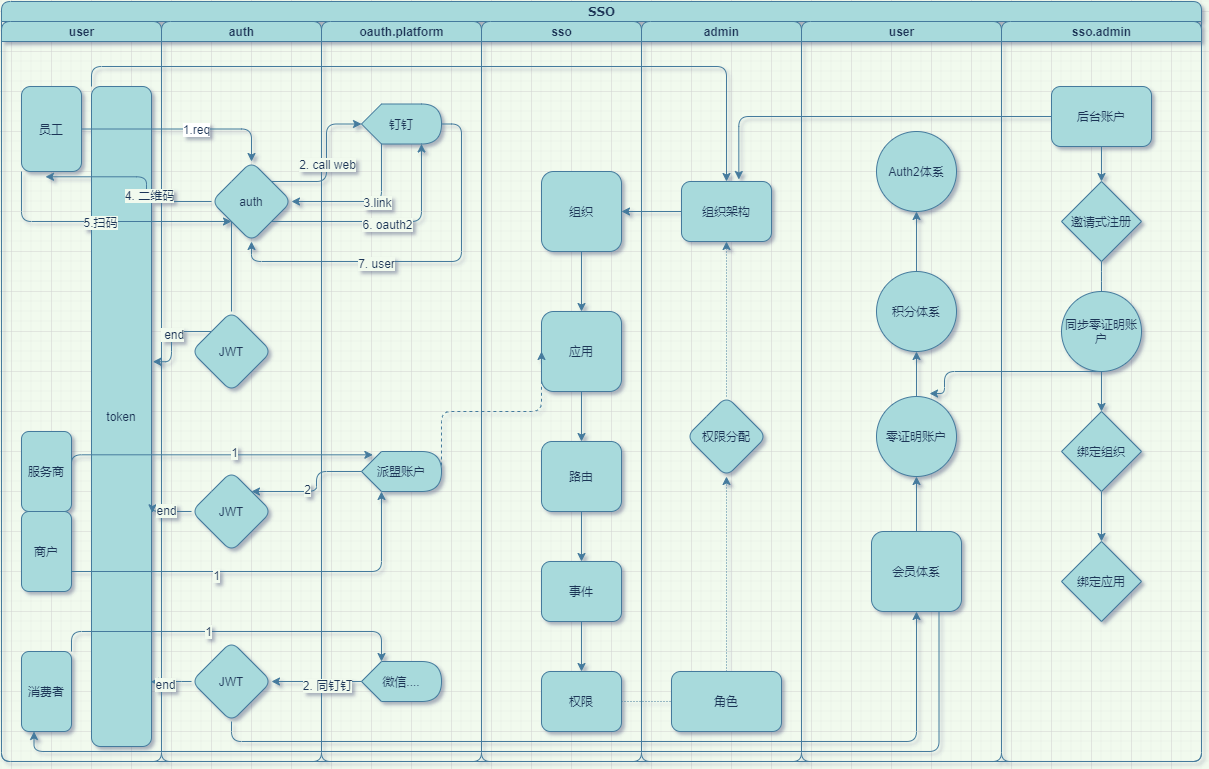
This is 6-Page-1.drawio.png from i86x/meta, a draw.io export, as it was before one commit. Source tidied: cells renumbered, new cells last; positions are measured from the earlier drawing's top-left corner, leaving out a move shared by most shapes.
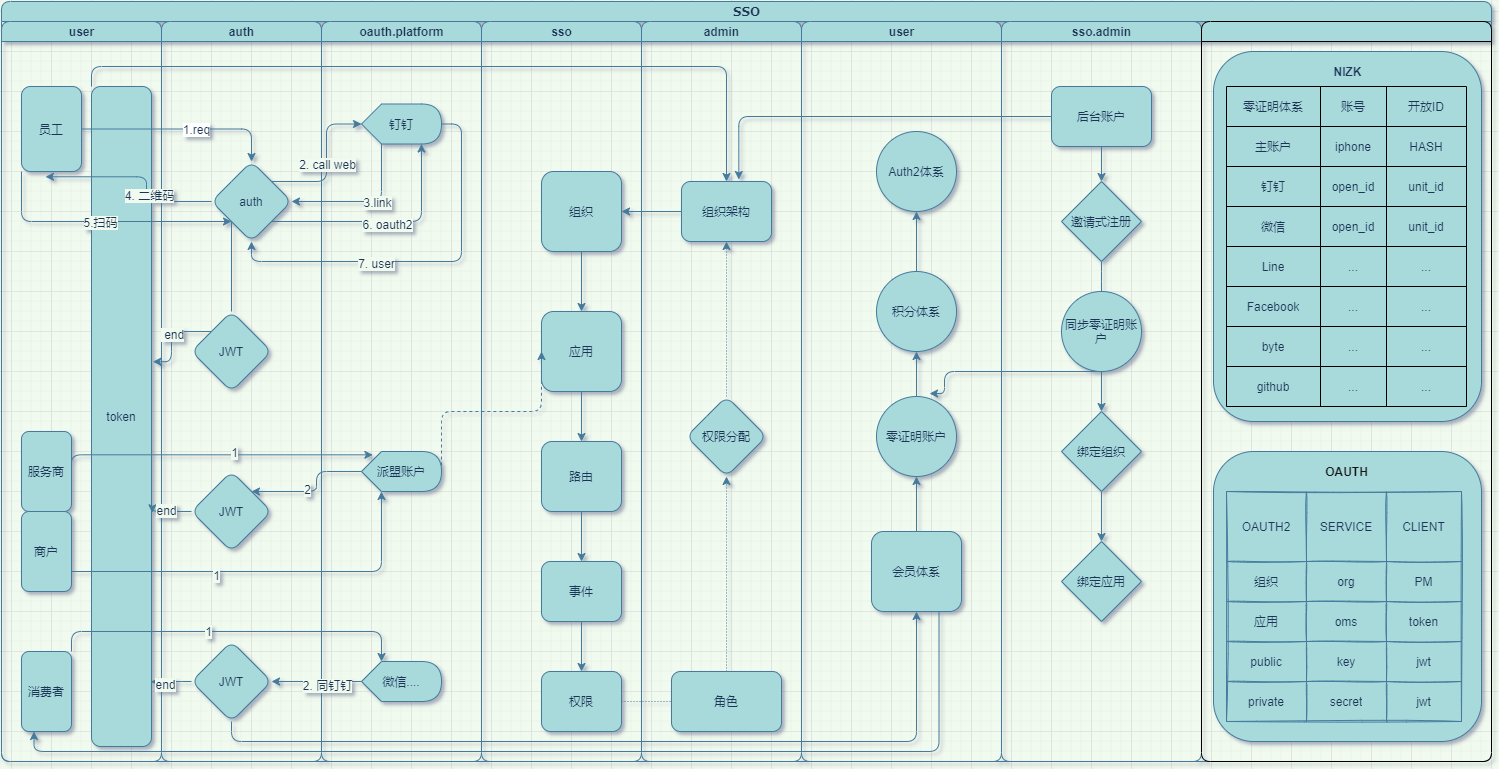
The same file after the commit.

What changed in the source:
```diff
@@ -3,7 +3,7 @@
     <mxCell id="0" />
     <mxCell id="1" parent="0" />
     <mxCell id="2" value="SSO" style="swimlane;html=1;startSize=20;rounded=1;shadow=0;labelBackgroundColor=none;strokeWidth=1;fontFamily=Verdana;fontSize=8;align=center;fillColor=#A8DADC;strokeColor=#457B9D;fontColor=#1D3557;" parent="1" vertex="1">
-      <mxGeometry width="1200" height="760" as="geometry" />
+      <mxGeometry width="1490" height="760" as="geometry" />
     </mxCell>
     <mxCell id="3" value="user" style="swimlane;html=1;startSize=20;rounded=1;fillColor=#A8DADC;strokeColor=#457B9D;fontColor=#1D3557;" parent="2" vertex="1">
       <mxGeometry y="20" width="160" height="740" as="geometry" />
@@ -249,6 +249,183 @@
     <mxCell id="82" style="edgeStyle=orthogonalEdgeStyle;curved=0;rounded=1;sketch=0;jettySize=auto;html=1;exitX=0;exitY=0.5;exitDx=0;exitDy=0;entryX=0.637;entryY=-0.033;entryDx=0;entryDy=0;entryPerimeter=0;fontColor=#1D3557;strokeColor=#457B9D;fillColor=#A8DADC;" parent="2" edge="1" source="76" target="28">
       <mxGeometry relative="1" as="geometry" />
     </mxCell>
+    <mxCell id="93" style="swimlane;html=1;startSize=20;rounded=1;fillColor=#A8DADC;" parent="2" vertex="1">
+      <mxGeometry x="1200" y="20" width="290" height="740" as="geometry" />
+    </mxCell>
+    <mxCell id="94" style="rounded=1;whiteSpace=wrap;html=1;shadow=0;sketch=0;fontColor=#1D3557;strokeColor=#457B9D;fillColor=#A8DADC;" parent="93" vertex="1">
+      <mxGeometry x="12" y="430" width="268" height="290" as="geometry" />
+    </mxCell>
+    <mxCell id="95" style="rounded=1;whiteSpace=wrap;html=1;shadow=0;sketch=0;fontColor=#1D3557;strokeColor=#457B9D;fillColor=#A8DADC;" parent="93" vertex="1">
+      <mxGeometry x="12" y="30" width="268" height="370" as="geometry" />
+    </mxCell>
+    <mxCell id="96" style="shape=table;startSize=0;rounded=0;sketch=0;shadow=0;swimlaneLine=0;fillColor=#A8DADC;" parent="93" vertex="1">
+      <mxGeometry x="25" y="65" width="240" height="320" as="geometry" />
+    </mxCell>
+    <mxCell id="97" style="shape=tableRow;horizontal=0;startSize=0;swimlaneHead=0;swimlaneBody=0;top=0;left=0;bottom=0;right=0;fillColor=none;rounded=0;sketch=0;fontColor=#1D3557;strokeColor=#457B9D;" parent="96" vertex="1">
+      <mxGeometry width="240" height="40" as="geometry" />
+    </mxCell>
+    <mxCell id="98" value="零证明体系" style="shape=partialRectangle;html=1;whiteSpace=wrap;overflow=hidden;fillColor=none;top=0;left=0;bottom=0;right=0;rounded=0;sketch=0;fontColor=#1D3557;strokeColor=#457B9D;" parent="97" vertex="1">
+      <mxGeometry width="94" height="40" as="geometry" />
+    </mxCell>
+    <mxCell id="99" value="账号" style="shape=partialRectangle;html=1;whiteSpace=wrap;overflow=hidden;fillColor=none;top=0;left=0;bottom=0;right=0;rounded=0;sketch=0;fontColor=#1D3557;strokeColor=#457B9D;" parent="97" vertex="1">
+      <mxGeometry x="94" width="66" height="40" as="geometry" />
+    </mxCell>
+    <mxCell id="100" value="开放ID" style="shape=partialRectangle;html=1;whiteSpace=wrap;overflow=hidden;fillColor=none;top=0;left=0;bottom=0;right=0;rounded=0;sketch=0;fontColor=#1D3557;strokeColor=#457B9D;" parent="97" vertex="1">
+      <mxGeometry x="160" width="80" height="40" as="geometry" />
+    </mxCell>
+    <mxCell id="101" style="shape=tableRow;horizontal=0;startSize=0;swimlaneHead=0;swimlaneBody=0;top=0;left=0;bottom=0;right=0;fillColor=none;rounded=0;sketch=0;fontColor=#1D3557;strokeColor=#457B9D;" parent="96" vertex="1">
+      <mxGeometry y="40" width="240" height="40" as="geometry" />
+    </mxCell>
+    <mxCell id="102" value="主账户" style="shape=partialRectangle;html=1;whiteSpace=wrap;overflow=hidden;fillColor=none;top=0;left=0;bottom=0;right=0;rounded=0;sketch=0;fontColor=#1D3557;strokeColor=#457B9D;" parent="101" vertex="1">
+      <mxGeometry width="94" height="40" as="geometry" />
+    </mxCell>
+    <mxCell id="103" value="iphone" style="shape=partialRectangle;html=1;whiteSpace=wrap;overflow=hidden;fillColor=none;top=0;left=0;bottom=0;right=0;rounded=0;sketch=0;fontColor=#1D3557;strokeColor=#457B9D;" parent="101" vertex="1">
+      <mxGeometry x="94" width="66" height="40" as="geometry" />
+    </mxCell>
+    <mxCell id="104" value="HASH" style="shape=partialRectangle;html=1;whiteSpace=wrap;overflow=hidden;fillColor=none;top=0;left=0;bottom=0;right=0;rounded=0;sketch=0;fontColor=#1D3557;strokeColor=#457B9D;" parent="101" vertex="1">
+      <mxGeometry x="160" width="80" height="40" as="geometry" />
+    </mxCell>
+    <mxCell id="105" style="shape=tableRow;horizontal=0;startSize=0;swimlaneHead=0;swimlaneBody=0;top=0;left=0;bottom=0;right=0;fillColor=none;rounded=0;sketch=0;fontColor=#1D3557;strokeColor=#457B9D;" parent="96" vertex="1">
+      <mxGeometry y="80" width="240" height="40" as="geometry" />
+    </mxCell>
+    <mxCell id="106" value="钉钉" style="shape=partialRectangle;html=1;whiteSpace=wrap;overflow=hidden;fillColor=none;top=0;left=0;bottom=0;right=0;rounded=0;sketch=0;fontColor=#1D3557;strokeColor=#457B9D;" parent="105" vertex="1">
+      <mxGeometry width="94" height="40" as="geometry" />
+    </mxCell>
+    <mxCell id="107" value="open_id" style="shape=partialRectangle;html=1;whiteSpace=wrap;overflow=hidden;fillColor=none;top=0;left=0;bottom=0;right=0;rounded=0;sketch=0;fontColor=#1D3557;strokeColor=#457B9D;" parent="105" vertex="1">
+      <mxGeometry x="94" width="66" height="40" as="geometry" />
+    </mxCell>
+    <mxCell id="108" value="unit_id" style="shape=partialRectangle;html=1;whiteSpace=wrap;overflow=hidden;fillColor=none;top=0;left=0;bottom=0;right=0;rounded=0;sketch=0;fontColor=#1D3557;strokeColor=#457B9D;" parent="105" vertex="1">
+      <mxGeometry x="160" width="80" height="40" as="geometry" />
+    </mxCell>
+    <mxCell id="109" style="shape=tableRow;horizontal=0;startSize=0;swimlaneHead=0;swimlaneBody=0;top=0;left=0;bottom=0;right=0;fillColor=none;rounded=0;sketch=0;fontColor=#1D3557;strokeColor=#457B9D;" parent="96" vertex="1">
+      <mxGeometry y="120" width="240" height="40" as="geometry" />
+    </mxCell>
+    <mxCell id="110" value="微信" style="shape=partialRectangle;html=1;whiteSpace=wrap;overflow=hidden;fillColor=none;top=0;left=0;bottom=0;right=0;rounded=0;sketch=0;fontColor=#1D3557;strokeColor=#457B9D;" parent="109" vertex="1">
+      <mxGeometry width="94" height="40" as="geometry" />
+    </mxCell>
+    <mxCell id="111" value="open_id" style="shape=partialRectangle;html=1;whiteSpace=wrap;overflow=hidden;fillColor=none;top=0;left=0;bottom=0;right=0;rounded=0;sketch=0;fontColor=#1D3557;strokeColor=#457B9D;" parent="109" vertex="1">
+      <mxGeometry x="94" width="66" height="40" as="geometry" />
+    </mxCell>
+    <mxCell id="112" value="unit_id" style="shape=partialRectangle;html=1;whiteSpace=wrap;overflow=hidden;fillColor=none;top=0;left=0;bottom=0;right=0;rounded=0;sketch=0;fontColor=#1D3557;strokeColor=#457B9D;" parent="109" vertex="1">
+      <mxGeometry x="160" width="80" height="40" as="geometry" />
+    </mxCell>
+    <mxCell id="113" style="shape=tableRow;horizontal=0;startSize=0;swimlaneHead=0;swimlaneBody=0;top=0;left=0;bottom=0;right=0;fillColor=none;rounded=0;sketch=0;fontColor=#1D3557;strokeColor=#457B9D;" parent="96" vertex="1">
+      <mxGeometry y="160" width="240" height="40" as="geometry" />
+    </mxCell>
+    <mxCell id="114" value="Line" style="shape=partialRectangle;html=1;whiteSpace=wrap;overflow=hidden;fillColor=none;top=0;left=0;bottom=0;right=0;rounded=0;sketch=0;fontColor=#1D3557;strokeColor=#457B9D;" parent="113" vertex="1">
+      <mxGeometry width="94" height="40" as="geometry" />
+    </mxCell>
+    <mxCell id="115" value="..." style="shape=partialRectangle;html=1;whiteSpace=wrap;overflow=hidden;fillColor=none;top=0;left=0;bottom=0;right=0;rounded=0;sketch=0;fontColor=#1D3557;strokeColor=#457B9D;" parent="113" vertex="1">
+      <mxGeometry x="94" width="66" height="40" as="geometry" />
+    </mxCell>
+    <mxCell id="116" value="..." style="shape=partialRectangle;html=1;whiteSpace=wrap;overflow=hidden;fillColor=none;top=0;left=0;bottom=0;right=0;rounded=0;sketch=0;fontColor=#1D3557;strokeColor=#457B9D;" parent="113" vertex="1">
+      <mxGeometry x="160" width="80" height="40" as="geometry" />
+    </mxCell>
+    <mxCell id="117" style="shape=tableRow;horizontal=0;startSize=0;swimlaneHead=0;swimlaneBody=0;top=0;left=0;bottom=0;right=0;fillColor=none;rounded=0;sketch=0;fontColor=#1D3557;strokeColor=#457B9D;" parent="96" vertex="1">
+      <mxGeometry y="200" width="240" height="40" as="geometry" />
+    </mxCell>
+    <mxCell id="118" value="Facebook" style="shape=partialRectangle;html=1;whiteSpace=wrap;overflow=hidden;fillColor=none;top=0;left=0;bottom=0;right=0;rounded=0;sketch=0;fontColor=#1D3557;strokeColor=#457B9D;" parent="117" vertex="1">
+      <mxGeometry width="94" height="40" as="geometry" />
+    </mxCell>
+    <mxCell id="119" value="..." style="shape=partialRectangle;html=1;whiteSpace=wrap;overflow=hidden;fillColor=none;top=0;left=0;bottom=0;right=0;rounded=0;sketch=0;fontColor=#1D3557;strokeColor=#457B9D;" parent="117" vertex="1">
+      <mxGeometry x="94" width="66" height="40" as="geometry" />
+    </mxCell>
+    <mxCell id="120" value="..." style="shape=partialRectangle;html=1;whiteSpace=wrap;overflow=hidden;fillColor=none;top=0;left=0;bottom=0;right=0;rounded=0;sketch=0;fontColor=#1D3557;strokeColor=#457B9D;" parent="117" vertex="1">
+      <mxGeometry x="160" width="80" height="40" as="geometry" />
+    </mxCell>
+    <mxCell id="121" style="shape=tableRow;horizontal=0;startSize=0;swimlaneHead=0;swimlaneBody=0;top=0;left=0;bottom=0;right=0;fillColor=none;rounded=0;sketch=0;fontColor=#1D3557;strokeColor=#457B9D;" parent="96" vertex="1">
+      <mxGeometry y="240" width="240" height="40" as="geometry" />
+    </mxCell>
+    <mxCell id="122" value="byte" style="shape=partialRectangle;html=1;whiteSpace=wrap;overflow=hidden;fillColor=none;top=0;left=0;bottom=0;right=0;rounded=0;sketch=0;fontColor=#1D3557;strokeColor=#457B9D;" parent="121" vertex="1">
+      <mxGeometry width="94" height="40" as="geometry" />
+    </mxCell>
+    <mxCell id="123" value="..." style="shape=partialRectangle;html=1;whiteSpace=wrap;overflow=hidden;fillColor=none;top=0;left=0;bottom=0;right=0;rounded=0;sketch=0;fontColor=#1D3557;strokeColor=#457B9D;" parent="121" vertex="1">
+      <mxGeometry x="94" width="66" height="40" as="geometry" />
+    </mxCell>
+    <mxCell id="124" value="..." style="shape=partialRectangle;html=1;whiteSpace=wrap;overflow=hidden;fillColor=none;top=0;left=0;bottom=0;right=0;rounded=0;sketch=0;fontColor=#1D3557;strokeColor=#457B9D;" parent="121" vertex="1">
+      <mxGeometry x="160" width="80" height="40" as="geometry" />
+    </mxCell>
+    <mxCell id="125" style="shape=tableRow;horizontal=0;startSize=0;swimlaneHead=0;swimlaneBody=0;top=0;left=0;bottom=0;right=0;fillColor=none;rounded=0;sketch=0;fontColor=#1D3557;strokeColor=#457B9D;" parent="96" vertex="1">
+      <mxGeometry y="280" width="240" height="40" as="geometry" />
+    </mxCell>
+    <mxCell id="126" value="github" style="shape=partialRectangle;html=1;whiteSpace=wrap;overflow=hidden;fillColor=none;top=0;left=0;bottom=0;right=0;rounded=0;sketch=0;fontColor=#1D3557;strokeColor=#457B9D;" parent="125" vertex="1">
+      <mxGeometry width="94" height="40" as="geometry" />
+    </mxCell>
+    <mxCell id="127" value="..." style="shape=partialRectangle;html=1;whiteSpace=wrap;overflow=hidden;fillColor=none;top=0;left=0;bottom=0;right=0;rounded=0;sketch=0;fontColor=#1D3557;strokeColor=#457B9D;" parent="125" vertex="1">
+      <mxGeometry x="94" width="66" height="40" as="geometry" />
+    </mxCell>
+    <mxCell id="128" value="..." style="shape=partialRectangle;html=1;whiteSpace=wrap;overflow=hidden;fillColor=none;top=0;left=0;bottom=0;right=0;rounded=0;sketch=0;fontColor=#1D3557;strokeColor=#457B9D;" parent="125" vertex="1">
+      <mxGeometry x="160" width="80" height="40" as="geometry" />
+    </mxCell>
+    <mxCell id="129" style="shape=table;startSize=0;rounded=1;shadow=0;sketch=1;fontColor=#1D3557;strokeColor=#457B9D;fillColor=#A8DADC;" parent="93" vertex="1">
+      <mxGeometry x="25" y="470" width="235" height="230" as="geometry" />
+    </mxCell>
+    <mxCell id="130" style="shape=tableRow;horizontal=0;startSize=0;swimlaneHead=0;swimlaneBody=0;top=0;left=0;bottom=0;right=0;fillColor=none;rounded=1;shadow=0;sketch=1;fontColor=#1D3557;strokeColor=#457B9D;" parent="129" vertex="1">
+      <mxGeometry width="235" height="70" as="geometry" />
+    </mxCell>
+    <mxCell id="131" value="OAUTH2" style="shape=partialRectangle;html=1;whiteSpace=wrap;overflow=hidden;fillColor=none;top=0;left=0;bottom=0;right=0;rounded=1;shadow=0;sketch=1;fontColor=#1D3557;strokeColor=#457B9D;" parent="130" vertex="1">
+      <mxGeometry width="80" height="70" as="geometry" />
+    </mxCell>
+    <mxCell id="132" value="SERVICE" style="shape=partialRectangle;html=1;whiteSpace=wrap;overflow=hidden;fillColor=none;top=0;left=0;bottom=0;right=0;rounded=1;shadow=0;sketch=1;fontColor=#1D3557;strokeColor=#457B9D;" parent="130" vertex="1">
+      <mxGeometry x="80" width="80" height="70" as="geometry" />
+    </mxCell>
+    <mxCell id="133" value="CLIENT" style="shape=partialRectangle;html=1;whiteSpace=wrap;overflow=hidden;fillColor=none;top=0;left=0;bottom=0;right=0;rounded=1;shadow=0;sketch=1;fontColor=#1D3557;strokeColor=#457B9D;" parent="130" vertex="1">
+      <mxGeometry x="160" width="75" height="70" as="geometry" />
+    </mxCell>
+    <mxCell id="134" style="shape=tableRow;horizontal=0;startSize=0;swimlaneHead=0;swimlaneBody=0;top=0;left=0;bottom=0;right=0;fillColor=none;rounded=1;shadow=0;sketch=1;fontColor=#1D3557;strokeColor=#457B9D;" parent="129" vertex="1">
+      <mxGeometry y="70" width="235" height="40" as="geometry" />
+    </mxCell>
+    <mxCell id="135" value="组织" style="shape=partialRectangle;html=1;whiteSpace=wrap;overflow=hidden;fillColor=none;top=0;left=0;bottom=0;right=0;rounded=1;shadow=0;sketch=1;fontColor=#1D3557;strokeColor=#457B9D;" parent="134" vertex="1">
+      <mxGeometry width="80" height="40" as="geometry" />
+    </mxCell>
+    <mxCell id="136" value="org" style="shape=partialRectangle;html=1;whiteSpace=wrap;overflow=hidden;fillColor=none;top=0;left=0;bottom=0;right=0;rounded=1;shadow=0;sketch=1;fontColor=#1D3557;strokeColor=#457B9D;" parent="134" vertex="1">
+      <mxGeometry x="80" width="80" height="40" as="geometry" />
+    </mxCell>
+    <mxCell id="137" value="PM" style="shape=partialRectangle;html=1;whiteSpace=wrap;overflow=hidden;fillColor=none;top=0;left=0;bottom=0;right=0;rounded=1;shadow=0;sketch=1;fontColor=#1D3557;strokeColor=#457B9D;" parent="134" vertex="1">
+      <mxGeometry x="160" width="75" height="40" as="geometry" />
+    </mxCell>
+    <mxCell id="138" style="shape=tableRow;horizontal=0;startSize=0;swimlaneHead=0;swimlaneBody=0;top=0;left=0;bottom=0;right=0;fillColor=none;rounded=1;shadow=0;sketch=1;fontColor=#1D3557;strokeColor=#457B9D;" parent="129" vertex="1">
+      <mxGeometry y="110" width="235" height="40" as="geometry" />
+    </mxCell>
+    <mxCell id="139" value="应用" style="shape=partialRectangle;html=1;whiteSpace=wrap;overflow=hidden;fillColor=none;top=0;left=0;bottom=0;right=0;rounded=1;shadow=0;sketch=1;fontColor=#1D3557;strokeColor=#457B9D;" parent="138" vertex="1">
+      <mxGeometry width="80" height="40" as="geometry" />
+    </mxCell>
+    <mxCell id="140" value="oms" style="shape=partialRectangle;html=1;whiteSpace=wrap;overflow=hidden;fillColor=none;top=0;left=0;bottom=0;right=0;rounded=1;shadow=0;sketch=1;fontColor=#1D3557;strokeColor=#457B9D;" parent="138" vertex="1">
+      <mxGeometry x="80" width="80" height="40" as="geometry" />
+    </mxCell>
+    <mxCell id="141" value="token" style="shape=partialRectangle;html=1;whiteSpace=wrap;overflow=hidden;fillColor=none;top=0;left=0;bottom=0;right=0;rounded=1;shadow=0;sketch=1;fontColor=#1D3557;strokeColor=#457B9D;" parent="138" vertex="1">
+      <mxGeometry x="160" width="75" height="40" as="geometry" />
+    </mxCell>
+    <mxCell id="142" style="shape=tableRow;horizontal=0;startSize=0;swimlaneHead=0;swimlaneBody=0;top=0;left=0;bottom=0;right=0;fillColor=none;rounded=1;shadow=0;sketch=1;fontColor=#1D3557;strokeColor=#457B9D;" parent="129" vertex="1">
+      <mxGeometry y="150" width="235" height="40" as="geometry" />
+    </mxCell>
+    <mxCell id="143" value="public" style="shape=partialRectangle;html=1;whiteSpace=wrap;overflow=hidden;fillColor=none;top=0;left=0;bottom=0;right=0;rounded=1;shadow=0;sketch=1;fontColor=#1D3557;strokeColor=#457B9D;" parent="142" vertex="1">
+      <mxGeometry width="80" height="40" as="geometry" />
+    </mxCell>
+    <mxCell id="144" value="key" style="shape=partialRectangle;html=1;whiteSpace=wrap;overflow=hidden;fillColor=none;top=0;left=0;bottom=0;right=0;rounded=1;shadow=0;sketch=1;fontColor=#1D3557;strokeColor=#457B9D;" parent="142" vertex="1">
+      <mxGeometry x="80" width="80" height="40" as="geometry" />
+    </mxCell>
+    <mxCell id="145" value="jwt" style="shape=partialRectangle;html=1;whiteSpace=wrap;overflow=hidden;fillColor=none;top=0;left=0;bottom=0;right=0;rounded=1;shadow=0;sketch=1;fontColor=#1D3557;strokeColor=#457B9D;" parent="142" vertex="1">
+      <mxGeometry x="160" width="75" height="40" as="geometry" />
+    </mxCell>
+    <mxCell id="146" style="shape=tableRow;horizontal=0;startSize=0;swimlaneHead=0;swimlaneBody=0;top=0;left=0;bottom=0;right=0;fillColor=none;rounded=1;shadow=0;sketch=1;fontColor=#1D3557;strokeColor=#457B9D;" parent="129" vertex="1">
+      <mxGeometry y="190" width="235" height="40" as="geometry" />
+    </mxCell>
+    <mxCell id="147" value="private" style="shape=partialRectangle;html=1;whiteSpace=wrap;overflow=hidden;fillColor=none;top=0;left=0;bottom=0;right=0;rounded=1;shadow=0;sketch=1;fontColor=#1D3557;strokeColor=#457B9D;" parent="146" vertex="1">
+      <mxGeometry width="80" height="40" as="geometry" />
+    </mxCell>
+    <mxCell id="148" value="secret" style="shape=partialRectangle;html=1;whiteSpace=wrap;overflow=hidden;fillColor=none;top=0;left=0;bottom=0;right=0;rounded=1;shadow=0;sketch=1;fontColor=#1D3557;strokeColor=#457B9D;" parent="146" vertex="1">
+      <mxGeometry x="80" width="80" height="40" as="geometry" />
+    </mxCell>
+    <mxCell id="149" value="jwt" style="shape=partialRectangle;html=1;whiteSpace=wrap;overflow=hidden;fillColor=none;top=0;left=0;bottom=0;right=0;rounded=1;shadow=0;sketch=1;fontColor=#1D3557;strokeColor=#457B9D;" parent="146" vertex="1">
+      <mxGeometry x="160" width="75" height="40" as="geometry" />
+    </mxCell>
+    <mxCell id="150" value="NIZK" style="text;html=1;align=center;verticalAlign=middle;strokeColor=none;fillColor=none;fontColor=#1D3557;fontStyle=1;" parent="93" vertex="1">
+      <mxGeometry x="126" y="40" width="40" height="20" as="geometry" />
+    </mxCell>
+    <mxCell id="151" value="OAUTH" style="text;html=1;align=center;verticalAlign=middle;strokeColor=none;fillColor=none;fontColor=#121717;fontStyle=1;" parent="93" vertex="1">
+      <mxGeometry x="115" y="440" width="60" height="20" as="geometry" />
+    </mxCell>
     <mxCell id="83" style="edgeStyle=orthogonalEdgeStyle;rounded=1;jettySize=auto;html=1;exitX=0;exitY=1;exitDx=0;exitDy=0;startArrow=none;labelBackgroundColor=#F1FAEE;strokeColor=#457B9D;fontColor=#1D3557;" parent="1" edge="1" source="85">
       <mxGeometry relative="1" as="geometry">
         <mxPoint x="230" y="350" as="targetPoint" />
```
